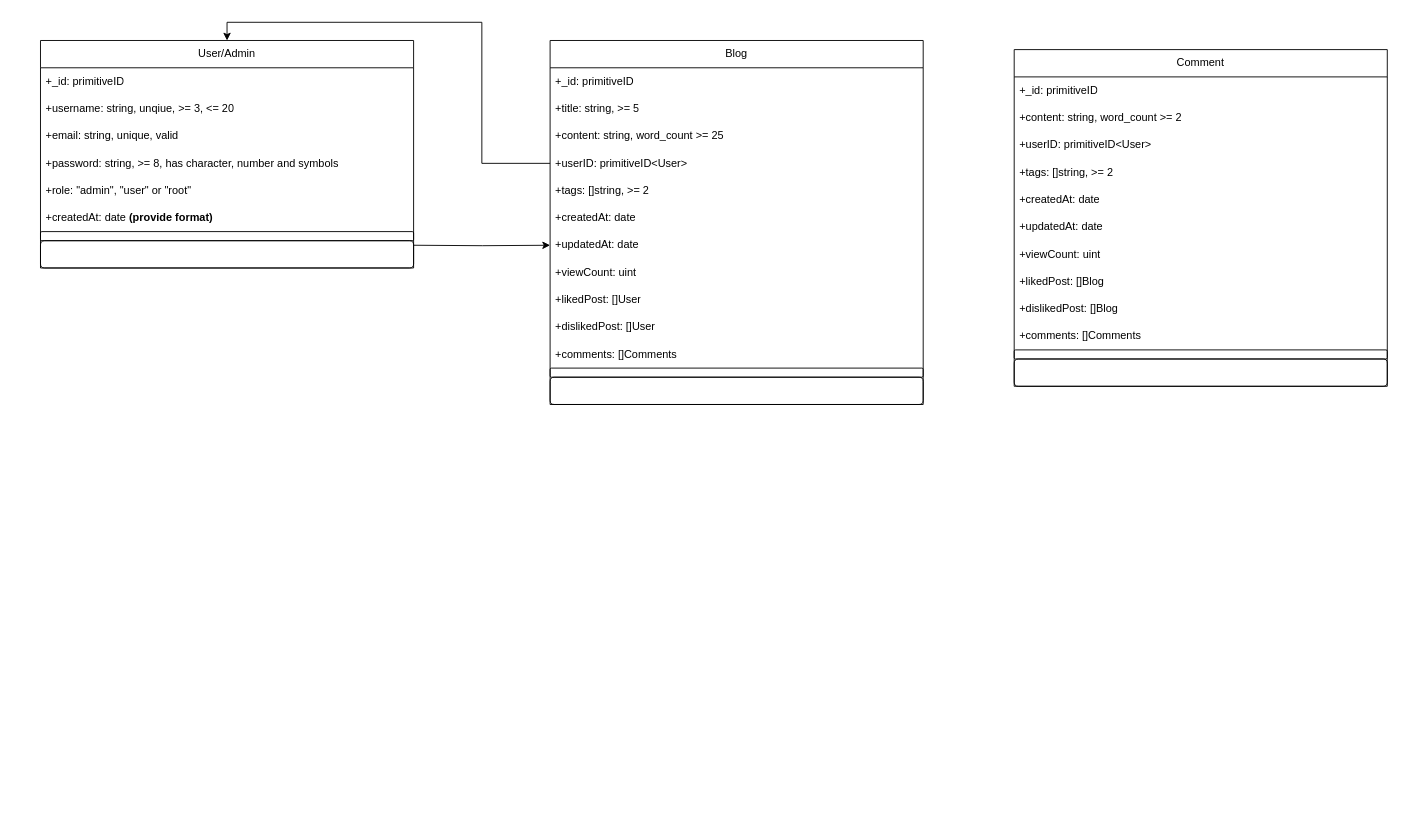
Before: backend/AAiT-backend-group-12/docs/Class Diagram.drawio in RealEskalate/a2sv-g5-project-phase-starter-project, a draw.io diagram. Source tidied: cells renumbered, new cells numbered last; positions are measured from the earlier drawing's top-left corner, leaving out a move shared by most shapes. Both pictures are drawn from the tidied source at 91%, with x=0, y=0 at pixel (40, 40).
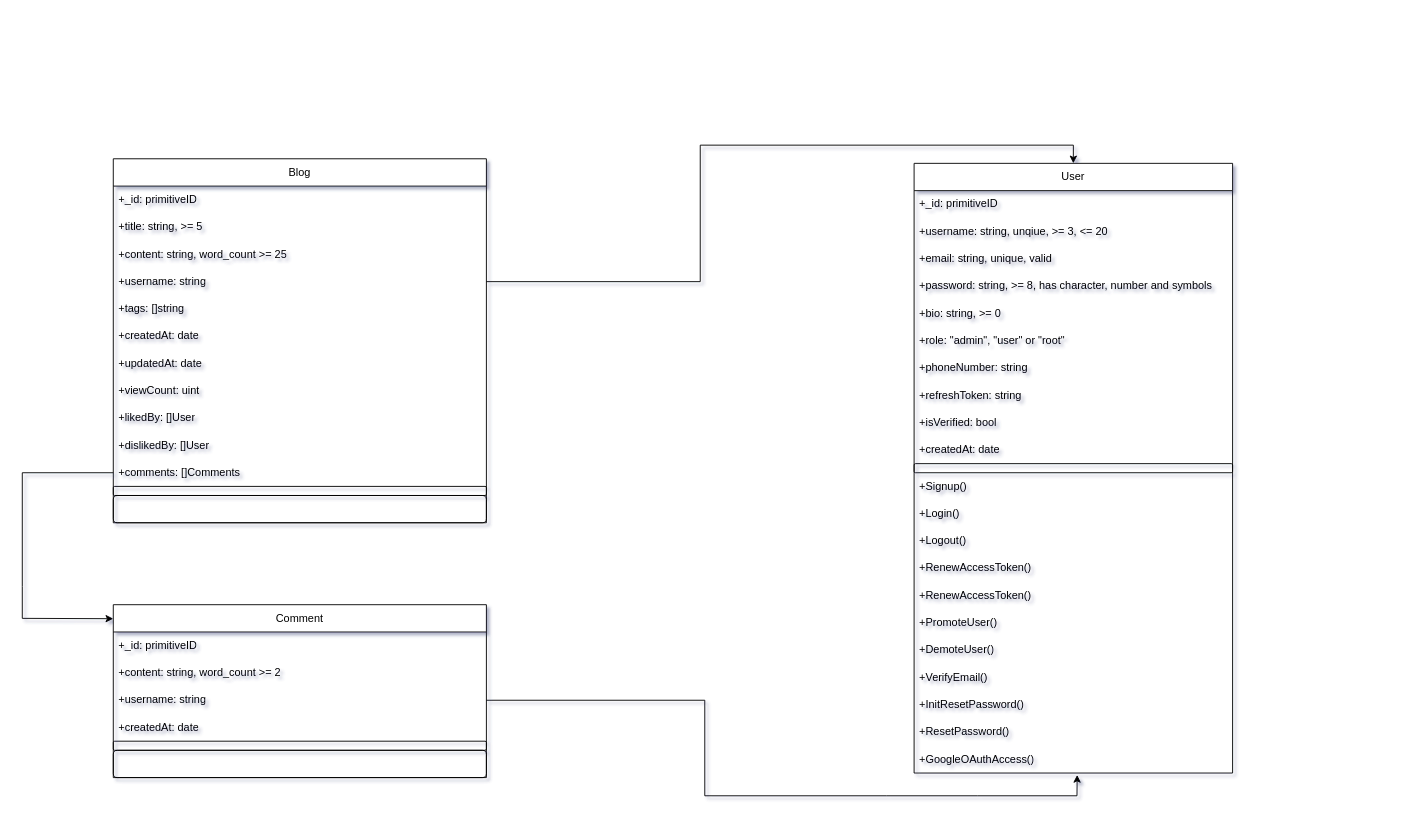
The same page after the edit.

Commit message (it also covers changes not shown here):
Update class diagram and user repo docs

Unchanged cells that the change refers to:
```xml
<mxCell id="18" value="+updatedAt: date" style="text;strokeColor=none;fillColor=none;align=left;verticalAlign=middle;spacingLeft=4;spacingRight=4;overflow=hidden;points=[[0,0.5],[1,0.5]];portConstraint=eastwest;whiteSpace=wrap;html=1;" parent="11" vertex="1">
  <mxGeometry y="210" width="410" height="30" as="geometry" />
</mxCell>
<mxCell id="22" value="+comments: []Comments" style="text;strokeColor=none;fillColor=none;align=left;verticalAlign=middle;spacingLeft=4;spacingRight=4;overflow=hidden;points=[[0,0.5],[1,0.5]];portConstraint=eastwest;whiteSpace=wrap;html=1;" parent="11" vertex="1">
  <mxGeometry y="330" width="410" height="30" as="geometry" />
</mxCell>
```

What changed in the source:
```diff
@@
-<mxGraphModel>
+<mxGraphModel shadow="1">
@@
-    <mxCell id="2" value="User/Admin" style="swimlane;fontStyle=0;horizontal=1;startSize=30;whiteSpace=wrap;html=1;" parent="1" vertex="1">
-      <mxGeometry width="410" height="250" as="geometry" />
+    <mxCell id="2" value="User" style="swimlane;fontStyle=0;horizontal=1;startSize=30;whiteSpace=wrap;html=1;" parent="1" vertex="1">
+      <mxGeometry x="960" y="135" width="350" height="670" as="geometry" />
     </mxCell>
     <mxCell id="3" value="+_id: primitiveID" style="text;strokeColor=none;fillColor=none;align=left;verticalAlign=middle;spacingLeft=4;spacingRight=4;overflow=hidden;whiteSpace=wrap;html=1;" parent="2" vertex="1">
-      <mxGeometry y="30" width="410" height="30" as="geometry" />
+      <mxGeometry y="30" width="350" height="30" as="geometry" />
     </mxCell>
     <mxCell id="4" value="+username: string, unqiue, &amp;gt;= 3, &amp;lt;= 20" style="text;strokeColor=none;fillColor=none;align=left;verticalAlign=middle;spacingLeft=4;spacingRight=4;overflow=hidden;whiteSpace=wrap;html=1;" parent="2" vertex="1">
-      <mxGeometry y="60" width="410" height="30" as="geometry" />
+      <mxGeometry y="60" width="350" height="30" as="geometry" />
     </mxCell>
     <mxCell id="5" value="+email: string, unique, valid" style="text;strokeColor=none;fillColor=none;align=left;verticalAlign=middle;spacingLeft=4;spacingRight=4;overflow=hidden;whiteSpace=wrap;html=1;" parent="2" vertex="1">
-      <mxGeometry y="90" width="410" height="30" as="geometry" />
+      <mxGeometry y="90" width="350" height="30" as="geometry" />
     </mxCell>
+    <mxCell id="40" value="+password: string, &amp;gt;= 8, has character, number and symbols" style="text;strokeColor=none;fillColor=none;align=left;verticalAlign=middle;spacingLeft=4;spacingRight=4;overflow=hidden;whiteSpace=wrap;html=1;" parent="2" vertex="1">
+      <mxGeometry y="120" width="350" height="30" as="geometry" />
+    </mxCell>
-    <mxCell id="6" value="+password: string, &amp;gt;= 8, has character, number and symbols" style="text;strokeColor=none;fillColor=none;align=left;verticalAlign=middle;spacingLeft=4;spacingRight=4;overflow=hidden;whiteSpace=wrap;html=1;" parent="2" vertex="1">
-      <mxGeometry y="120" width="410" height="30" as="geometry" />
+    <mxCell id="6" value="+bio: string, &amp;gt;= 0" style="text;strokeColor=none;fillColor=none;align=left;verticalAlign=middle;spacingLeft=4;spacingRight=4;overflow=hidden;whiteSpace=wrap;html=1;" parent="2" vertex="1">
+      <mxGeometry y="150" width="350" height="30" as="geometry" />
     </mxCell>
+    <mxCell id="41" value="+role: &quot;admin&quot;, &quot;user&quot; or &quot;root&quot;" style="text;strokeColor=none;fillColor=none;align=left;verticalAlign=middle;spacingLeft=4;spacingRight=4;overflow=hidden;whiteSpace=wrap;html=1;" parent="2" vertex="1">
+      <mxGeometry y="180" width="350" height="30" as="geometry" />
+    </mxCell>
+    <mxCell id="42" value="+phoneNumber: string" style="text;strokeColor=none;fillColor=none;align=left;verticalAlign=middle;spacingLeft=4;spacingRight=4;overflow=hidden;whiteSpace=wrap;html=1;" parent="2" vertex="1">
+      <mxGeometry y="210" width="350" height="30" as="geometry" />
+    </mxCell>
+    <mxCell id="43" value="+refreshToken: string" style="text;strokeColor=none;fillColor=none;align=left;verticalAlign=middle;spacingLeft=4;spacingRight=4;overflow=hidden;whiteSpace=wrap;html=1;" parent="2" vertex="1">
+      <mxGeometry y="240" width="350" height="30" as="geometry" />
+    </mxCell>
-    <mxCell id="7" value="+role: &quot;admin&quot;, &quot;user&quot; or &quot;root&quot;" style="text;strokeColor=none;fillColor=none;align=left;verticalAlign=middle;spacingLeft=4;spacingRight=4;overflow=hidden;whiteSpace=wrap;html=1;" parent="2" vertex="1">
-      <mxGeometry y="150" width="410" height="30" as="geometry" />
+    <mxCell id="7" value="+isVerified: bool" style="text;strokeColor=none;fillColor=none;align=left;verticalAlign=middle;spacingLeft=4;spacingRight=4;overflow=hidden;whiteSpace=wrap;html=1;" parent="2" vertex="1">
+      <mxGeometry y="270" width="350" height="30" as="geometry" />
     </mxCell>
-    <mxCell id="8" value="+createdAt: date &lt;b&gt;(provide format)&lt;/b&gt;" style="text;strokeColor=none;fillColor=none;align=left;verticalAlign=middle;spacingLeft=4;spacingRight=4;overflow=hidden;whiteSpace=wrap;html=1;" parent="2" vertex="1">
-      <mxGeometry y="180" width="410" height="30" as="geometry" />
+    <mxCell id="8" value="+createdAt: date" style="text;strokeColor=none;fillColor=none;align=left;verticalAlign=middle;spacingLeft=4;spacingRight=4;overflow=hidden;whiteSpace=wrap;html=1;" parent="2" vertex="1">
+      <mxGeometry y="300" width="350" height="30" as="geometry" />
     </mxCell>
     <mxCell id="9" style="text;strokeColor=default;fillColor=none;align=left;verticalAlign=middle;spacingLeft=4;spacingRight=4;overflow=hidden;whiteSpace=wrap;html=1;rounded=1;" parent="2" vertex="1">
-      <mxGeometry y="210" width="410" height="10" as="geometry" />
+      <mxGeometry y="330" width="350" height="10" as="geometry" />
     </mxCell>
+    <mxCell id="44" value="+Signup()" style="text;strokeColor=none;fillColor=none;align=left;verticalAlign=middle;spacingLeft=4;spacingRight=4;overflow=hidden;whiteSpace=wrap;html=1;rounded=1;" parent="2" vertex="1">
+      <mxGeometry y="340" width="350" height="30" as="geometry" />
+    </mxCell>
+    <mxCell id="45" value="+Login()" style="text;strokeColor=none;fillColor=none;align=left;verticalAlign=middle;spacingLeft=4;spacingRight=4;overflow=hidden;whiteSpace=wrap;html=1;rounded=1;" parent="2" vertex="1">
+      <mxGeometry y="370" width="350" height="30" as="geometry" />
+    </mxCell>
+    <mxCell id="46" value="+Logout()" style="text;strokeColor=none;fillColor=none;align=left;verticalAlign=middle;spacingLeft=4;spacingRight=4;overflow=hidden;whiteSpace=wrap;html=1;rounded=1;" parent="2" vertex="1">
+      <mxGeometry y="400" width="350" height="30" as="geometry" />
+    </mxCell>
+    <mxCell id="47" value="+RenewAccessToken()" style="text;strokeColor=none;fillColor=none;align=left;verticalAlign=middle;spacingLeft=4;spacingRight=4;overflow=hidden;whiteSpace=wrap;html=1;rounded=1;" parent="2" vertex="1">
+      <mxGeometry y="430" width="350" height="30" as="geometry" />
+    </mxCell>
+    <mxCell id="48" value="+RenewAccessToken()" style="text;strokeColor=none;fillColor=none;align=left;verticalAlign=middle;spacingLeft=4;spacingRight=4;overflow=hidden;whiteSpace=wrap;html=1;rounded=1;" parent="2" vertex="1">
+      <mxGeometry y="460" width="350" height="30" as="geometry" />
+    </mxCell>
+    <mxCell id="49" value="+PromoteUser()" style="text;strokeColor=none;fillColor=none;align=left;verticalAlign=middle;spacingLeft=4;spacingRight=4;overflow=hidden;whiteSpace=wrap;html=1;rounded=1;" parent="2" vertex="1">
+      <mxGeometry y="490" width="350" height="30" as="geometry" />
+    </mxCell>
+    <mxCell id="50" value="+DemoteUser()" style="text;strokeColor=none;fillColor=none;align=left;verticalAlign=middle;spacingLeft=4;spacingRight=4;overflow=hidden;whiteSpace=wrap;html=1;rounded=1;" parent="2" vertex="1">
+      <mxGeometry y="520" width="350" height="30" as="geometry" />
+    </mxCell>
+    <mxCell id="51" value="+VerifyEmail()" style="text;strokeColor=none;fillColor=none;align=left;verticalAlign=middle;spacingLeft=4;spacingRight=4;overflow=hidden;whiteSpace=wrap;html=1;rounded=1;" parent="2" vertex="1">
+      <mxGeometry y="550" width="350" height="30" as="geometry" />
+    </mxCell>
+    <mxCell id="52" value="+InitResetPassword()" style="text;strokeColor=none;fillColor=none;align=left;verticalAlign=middle;spacingLeft=4;spacingRight=4;overflow=hidden;whiteSpace=wrap;html=1;rounded=1;" parent="2" vertex="1">
+      <mxGeometry y="580" width="350" height="30" as="geometry" />
+    </mxCell>
+    <mxCell id="53" value="+ResetPassword()" style="text;strokeColor=none;fillColor=none;align=left;verticalAlign=middle;spacingLeft=4;spacingRight=4;overflow=hidden;whiteSpace=wrap;html=1;rounded=1;" parent="2" vertex="1">
+      <mxGeometry y="610" width="350" height="30" as="geometry" />
+    </mxCell>
-    <mxCell id="10" style="text;strokeColor=default;fillColor=none;align=left;verticalAlign=middle;spacingLeft=4;spacingRight=4;overflow=hidden;points=[[0,0.5],[1,0.5]];portConstraint=eastwest;whiteSpace=wrap;html=1;rounded=1;" parent="2" vertex="1">
-      <mxGeometry y="220" width="410" height="30" as="geometry" />
+    <mxCell id="10" value="+GoogleOAuthAccess()" style="text;strokeColor=none;fillColor=none;align=left;verticalAlign=middle;spacingLeft=4;spacingRight=4;overflow=hidden;points=[[0,0.5],[1,0.5]];portConstraint=eastwest;whiteSpace=wrap;html=1;rounded=1;" parent="2" vertex="1">
+      <mxGeometry y="640" width="350" height="30" as="geometry" />
     </mxCell>
-    <mxCell id="11" value="Blog" style="swimlane;fontStyle=0;horizontal=1;startSize=30;whiteSpace=wrap;html=1;" parent="1" vertex="1">
-      <mxGeometry x="560" width="410" height="400" as="geometry" />
+    <mxCell id="11" value="Blog" style="swimlane;fontStyle=0;horizontal=1;startSize=30;whiteSpace=wrap;html=1;fillColor=default;" parent="1" vertex="1">
+      <mxGeometry x="80" y="130" width="410" height="400" as="geometry" />
     </mxCell>
@@
-    <mxCell id="15" value="+userID: primitiveID&amp;lt;User&amp;gt;" style="text;strokeColor=none;fillColor=none;align=left;verticalAlign=middle;spacingLeft=4;spacingRight=4;overflow=hidden;points=[[0,0.5],[1,0.5]];portConstraint=eastwest;whiteSpace=wrap;html=1;" parent="11" vertex="1">
+    <mxCell id="15" value="+username: string" style="text;strokeColor=none;fillColor=none;align=left;verticalAlign=middle;spacingLeft=4;spacingRight=4;overflow=hidden;points=[[0,0.5],[1,0.5]];portConstraint=eastwest;whiteSpace=wrap;html=1;" parent="11" vertex="1">
       <mxGeometry y="120" width="410" height="30" as="geometry" />
     </mxCell>
-    <mxCell id="16" value="+tags: []string, &amp;gt;= 2" style="text;strokeColor=none;fillColor=none;align=left;verticalAlign=middle;spacingLeft=4;spacingRight=4;overflow=hidden;whiteSpace=wrap;html=1;" parent="11" vertex="1">
+    <mxCell id="16" value="+tags: []string" style="text;strokeColor=none;fillColor=none;align=left;verticalAlign=middle;spacingLeft=4;spacingRight=4;overflow=hidden;whiteSpace=wrap;html=1;" parent="11" vertex="1">
       <mxGeometry y="150" width="410" height="30" as="geometry" />
     </mxCell>
@@
-    <mxCell id="20" value="+likedPost: []User" style="text;strokeColor=none;fillColor=none;align=left;verticalAlign=middle;spacingLeft=4;spacingRight=4;overflow=hidden;whiteSpace=wrap;html=1;" parent="11" vertex="1">
+    <mxCell id="20" value="+likedBy: []User" style="text;strokeColor=none;fillColor=none;align=left;verticalAlign=middle;spacingLeft=4;spacingRight=4;overflow=hidden;whiteSpace=wrap;html=1;" parent="11" vertex="1">
       <mxGeometry y="270" width="410" height="30" as="geometry" />
     </mxCell>
-    <mxCell id="21" value="+dislikedPost: []User" style="text;strokeColor=none;fillColor=none;align=left;verticalAlign=middle;spacingLeft=4;spacingRight=4;overflow=hidden;whiteSpace=wrap;html=1;" parent="11" vertex="1">
+    <mxCell id="21" value="+dislikedBy: []User" style="text;strokeColor=none;fillColor=none;align=left;verticalAlign=middle;spacingLeft=4;spacingRight=4;overflow=hidden;whiteSpace=wrap;html=1;" parent="11" vertex="1">
       <mxGeometry y="300" width="410" height="30" as="geometry" />
     </mxCell>
@@
-    <mxCell id="26" style="edgeStyle=orthogonalEdgeStyle;rounded=0;jettySize=auto;html=1;entryX=0;entryY=0.5;entryDx=0;entryDy=0;" parent="1" edge="1" target="18">
-      <mxGeometry relative="1" as="geometry">
-        <mxPoint x="410" y="225" as="sourcePoint" />
-      </mxGeometry>
-    </mxCell>
     <mxCell id="27" value="Comment" style="swimlane;fontStyle=0;horizontal=1;startSize=30;whiteSpace=wrap;html=1;" parent="1" vertex="1">
-      <mxGeometry x="1070" y="10" width="410" height="370" as="geometry" />
+      <mxGeometry x="80" y="620" width="410" height="190" as="geometry" />
     </mxCell>
@@
-    <mxCell id="30" value="+userID: primitiveID&amp;lt;User&amp;gt;" style="text;strokeColor=none;fillColor=none;align=left;verticalAlign=middle;spacingLeft=4;spacingRight=4;overflow=hidden;points=[[0,0.5],[1,0.5]];portConstraint=eastwest;whiteSpace=wrap;html=1;" parent="27" vertex="1">
+    <mxCell id="30" value="+username: string" style="text;strokeColor=none;fillColor=none;align=left;verticalAlign=middle;spacingLeft=4;spacingRight=4;overflow=hidden;points=[[0,0.5],[1,0.5]];portConstraint=eastwest;whiteSpace=wrap;html=1;" parent="27" vertex="1">
       <mxGeometry y="90" width="410" height="30" as="geometry" />
     </mxCell>
-    <mxCell id="31" value="+tags: []string, &amp;gt;= 2" style="text;strokeColor=none;fillColor=none;align=left;verticalAlign=middle;spacingLeft=4;spacingRight=4;overflow=hidden;whiteSpace=wrap;html=1;" parent="27" vertex="1">
-      <mxGeometry y="120" width="410" height="30" as="geometry" />
-    </mxCell>
     <mxCell id="32" value="+createdAt: date" style="text;strokeColor=none;fillColor=none;align=left;verticalAlign=middle;spacingLeft=4;spacingRight=4;overflow=hidden;whiteSpace=wrap;html=1;" parent="27" vertex="1">
-      <mxGeometry y="150" width="410" height="30" as="geometry" />
+      <mxGeometry y="120" width="410" height="30" as="geometry" />
     </mxCell>
-    <mxCell id="33" value="+updatedAt: date" style="text;strokeColor=none;fillColor=none;align=left;verticalAlign=middle;spacingLeft=4;spacingRight=4;overflow=hidden;whiteSpace=wrap;html=1;" parent="27" vertex="1">
-      <mxGeometry y="180" width="410" height="30" as="geometry" />
-    </mxCell>
-    <mxCell id="34" value="+viewCount: uint" style="text;strokeColor=none;fillColor=none;align=left;verticalAlign=middle;spacingLeft=4;spacingRight=4;overflow=hidden;whiteSpace=wrap;html=1;" parent="27" vertex="1">
-      <mxGeometry y="210" width="410" height="30" as="geometry" />
-    </mxCell>
-    <mxCell id="35" value="+likedPost: []Blog" style="text;strokeColor=none;fillColor=none;align=left;verticalAlign=middle;spacingLeft=4;spacingRight=4;overflow=hidden;whiteSpace=wrap;html=1;" parent="27" vertex="1">
-      <mxGeometry y="240" width="410" height="30" as="geometry" />
-    </mxCell>
-    <mxCell id="36" value="+dislikedPost: []Blog" style="text;strokeColor=none;fillColor=none;align=left;verticalAlign=middle;spacingLeft=4;spacingRight=4;overflow=hidden;whiteSpace=wrap;html=1;" parent="27" vertex="1">
-      <mxGeometry y="270" width="410" height="30" as="geometry" />
-    </mxCell>
-    <mxCell id="37" value="+comments: []Comments" style="text;strokeColor=none;fillColor=none;align=left;verticalAlign=middle;spacingLeft=4;spacingRight=4;overflow=hidden;whiteSpace=wrap;html=1;" parent="27" vertex="1">
-      <mxGeometry y="300" width="410" height="30" as="geometry" />
-    </mxCell>
     <mxCell id="38" style="text;strokeColor=default;fillColor=none;align=left;verticalAlign=middle;spacingLeft=4;spacingRight=4;overflow=hidden;whiteSpace=wrap;html=1;rounded=1;" parent="27" vertex="1">
-      <mxGeometry y="330" width="410" height="10" as="geometry" />
+      <mxGeometry y="150" width="410" height="10" as="geometry" />
     </mxCell>
     <mxCell id="39" style="text;strokeColor=default;fillColor=none;align=left;verticalAlign=middle;spacingLeft=4;spacingRight=4;overflow=hidden;whiteSpace=wrap;html=1;rounded=1;" parent="27" vertex="1">
-      <mxGeometry y="340" width="410" height="30" as="geometry" />
+      <mxGeometry y="160" width="410" height="30" as="geometry" />
     </mxCell>
+    <mxCell id="54" style="edgeStyle=none;html=1;exitX=1;exitY=0.5;exitDx=0;exitDy=0;entryX=0.512;entryY=1.07;entryDx=0;entryDy=0;entryPerimeter=0;strokeColor=default;rounded=0;" parent="1" edge="1" source="30" target="10">
+      <mxGeometry relative="1" as="geometry">
+        <Array as="points">
+          <mxPoint x="730" y="725" />
+          <mxPoint x="730" y="830" />
+          <mxPoint x="930" y="830" />
+          <mxPoint x="1030" y="830" />
+          <mxPoint x="1139" y="830" />
+        </Array>
+      </mxGeometry>
+    </mxCell>
+    <mxCell id="55" style="endArrow=classic;html=1;rounded=0;strokeColor=default;entryX=0;entryY=0.081;entryDx=0;entryDy=0;exitX=0;exitY=0.5;exitDx=0;exitDy=0;entryPerimeter=0;" parent="1" edge="1" source="22" target="27">
+      <mxGeometry relative="1" as="geometry">
+        <Array as="points">
+          <mxPoint x="-20" y="475" />
+          <mxPoint x="-20" y="600" />
+          <mxPoint x="-20" y="635" />
+        </Array>
+      </mxGeometry>
+    </mxCell>
```
